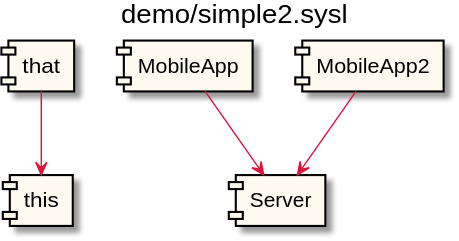
Before: docs/integration.svg, a diagram exported from PlantUML (anz-bank/sysl-catalog).
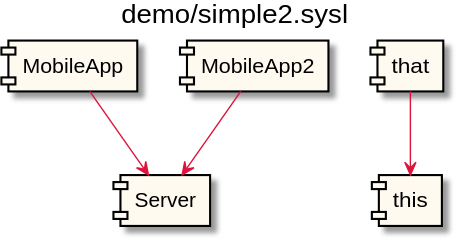
Later version of the same file.

Diff of the diagram source:
```diff
@@ -9,12 +9,12 @@
   BorderColor Black
   ArrowColor Crimson
 }
-[that] as _0 <<highlight>>
-[this] as _1 <<highlight>>
+[MobileApp] as _0 <<highlight>>
+[Server] as _1 <<highlight>>
 _0 --> _1
-[MobileApp] as _2 <<highlight>>
-[Server] as _3 <<highlight>>
-_2 --> _3
-[MobileApp2] as _4 <<highlight>>
-_4 --> _3
+[MobileApp2] as _2 <<highlight>>
+_2 --> _1
+[that] as _3 <<highlight>>
+[this] as _4 <<highlight>>
+_3 --> _4
 @enduml
```
